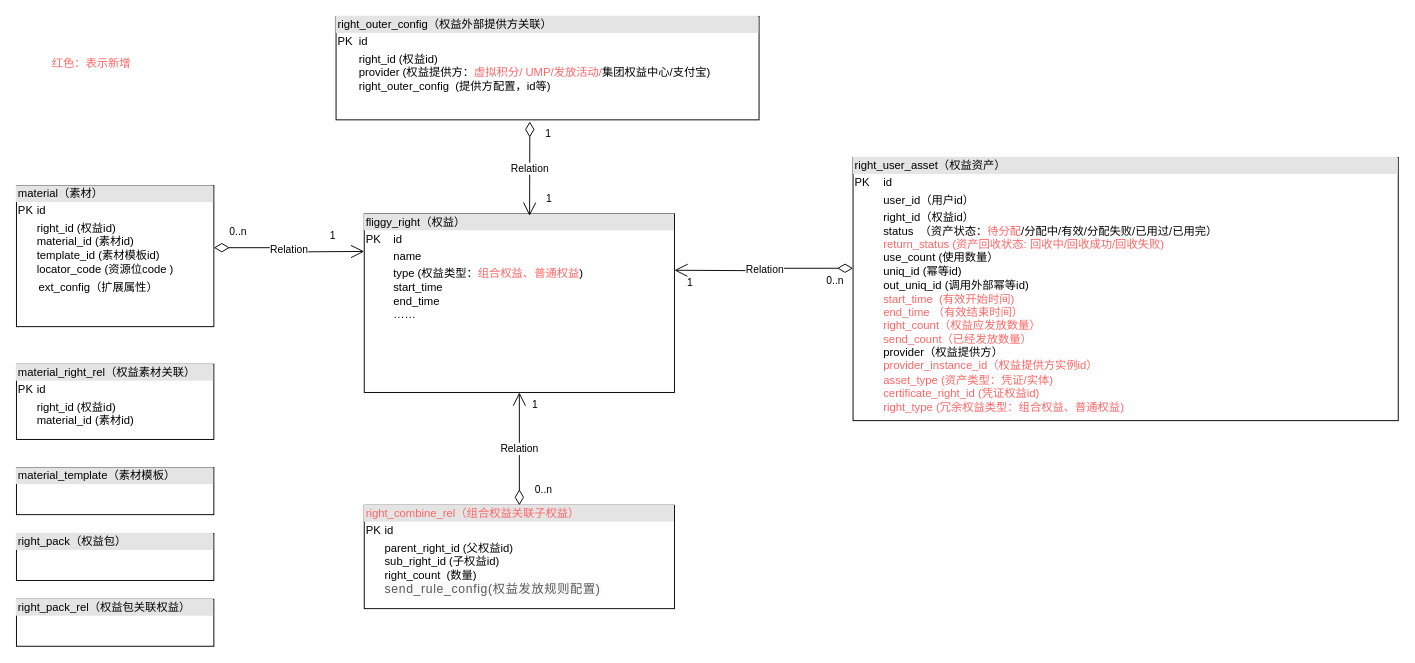
Earlier version of the draw.io diagram page "会员卡ER图" (1 of 4) of 付费权益.drawio (renqiuming/drawio). Source tidied: cells renumbered, new cells numbered last; positions are measured from the earlier drawing's top-left corner, leaving out a move shared by most shapes. Both pictures are drawn from the tidied source at 94%, with x=0, y=0 at pixel (16, 16).
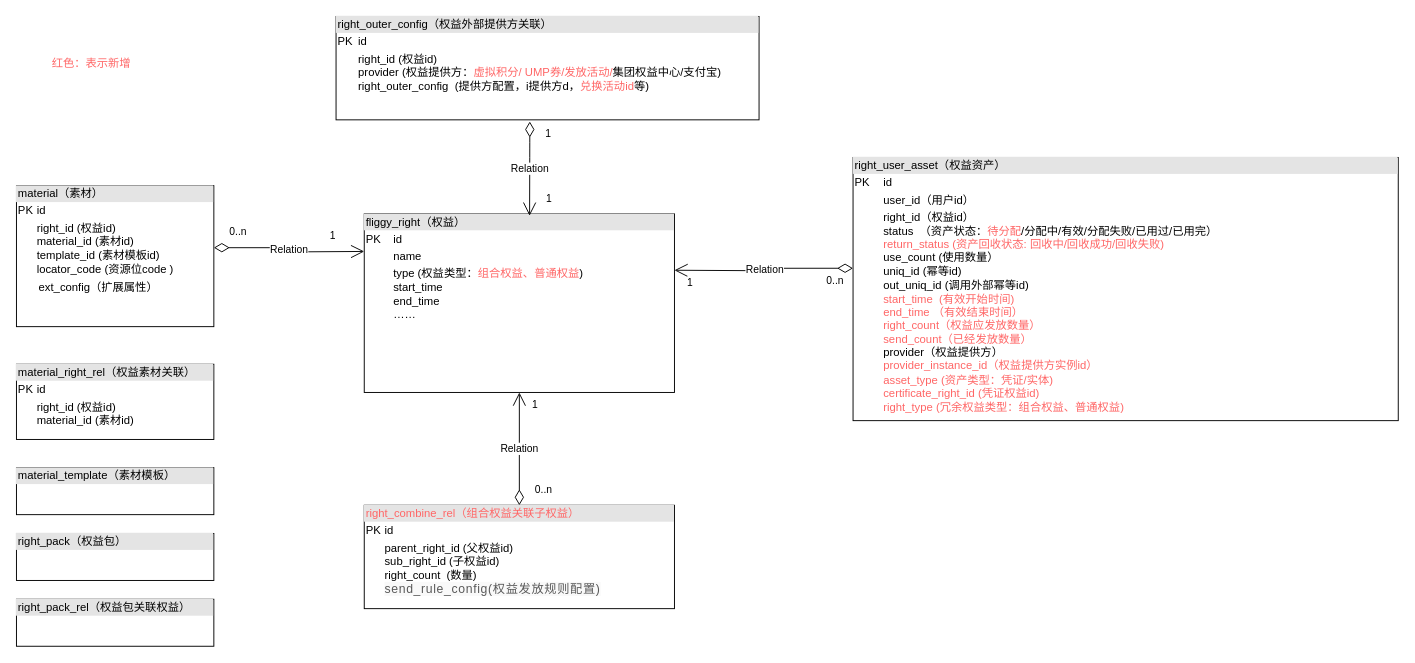
Above is the later version.

Diff of the diagram source:
```diff
@@
-    <mxCell id="13" value="&lt;div style=&quot;box-sizing: border-box ; width: 100% ; background: #e4e4e4 ; padding: 2px&quot;&gt;right_outer_config（权益外部提供方关联）&lt;/div&gt;&lt;table style=&quot;width: 100% ; font-size: 1em&quot; cellpadding=&quot;2&quot; cellspacing=&quot;0&quot;&gt;&lt;tbody&gt;&lt;tr&gt;&lt;td&gt;PK&lt;/td&gt;&lt;td&gt;id&lt;/td&gt;&lt;/tr&gt;&lt;tr&gt;&lt;td&gt;&lt;br&gt;&lt;/td&gt;&lt;td&gt;right_id (权益id)&lt;br&gt;provider&amp;nbsp;(权益提供方：&lt;font color=&quot;#ff6666&quot;&gt;虚拟积分/&amp;nbsp;UMP/发放活动/&lt;/font&gt;集团权益中心/支付宝)&lt;br&gt;right_outer_config&amp;nbsp; (提供方配置，id等)&lt;br&gt;&lt;span style=&quot;color: rgb(89 , 89 , 89) ; font-family: , &amp;#34;consolas&amp;#34; , &amp;#34;liberation mono&amp;#34; , &amp;#34;menlo&amp;#34; , &amp;#34;courier&amp;#34; , monospace ; font-size: 13px ; letter-spacing: 0.7px ; background-color: rgb(249 , 249 , 249)&quot;&gt;&lt;br&gt;&lt;/span&gt;&lt;/td&gt;&lt;/tr&gt;&lt;tr&gt;&lt;td&gt;&lt;/td&gt;&lt;td&gt;&lt;table cellpadding=&quot;2&quot; cellspacing=&quot;0&quot; style=&quot;font-size: 1em ; width: 330px&quot;&gt;&lt;tbody&gt;&lt;tr&gt;&lt;td&gt;&lt;span style=&quot;color: rgb(89 , 89 , 89) ; font-family: , &amp;#34;consolas&amp;#34; , &amp;#34;liberation mono&amp;#34; , &amp;#34;menlo&amp;#34; , &amp;#34;courier&amp;#34; , monospace ; font-size: 13px ; letter-spacing: 0.7px ; background-color: rgb(249 , 249 , 249)&quot;&gt;&lt;br&gt;&lt;br&gt;&lt;/span&gt;&lt;/td&gt;&lt;/tr&gt;&lt;/tbody&gt;&lt;/table&gt;&lt;br&gt;&lt;br&gt;&lt;br&gt;&lt;br&gt;&lt;/td&gt;&lt;/tr&gt;&lt;/tbody&gt;&lt;/table&gt;" style="verticalAlign=top;align=left;overflow=fill;html=1;" parent="1" vertex="1">
+    <mxCell id="13" value="&lt;div style=&quot;box-sizing: border-box ; width: 100% ; background: #e4e4e4 ; padding: 2px&quot;&gt;right_outer_config（权益外部提供方关联）&lt;/div&gt;&lt;table style=&quot;width: 100% ; font-size: 1em&quot; cellpadding=&quot;2&quot; cellspacing=&quot;0&quot;&gt;&lt;tbody&gt;&lt;tr&gt;&lt;td&gt;PK&lt;/td&gt;&lt;td&gt;id&lt;/td&gt;&lt;/tr&gt;&lt;tr&gt;&lt;td&gt;&lt;br&gt;&lt;/td&gt;&lt;td&gt;right_id (权益id)&lt;br&gt;provider&amp;nbsp;(权益提供方：&lt;font color=&quot;#ff6666&quot;&gt;虚拟积分/&amp;nbsp;UMP券/发放活动/&lt;/font&gt;集团权益中心/支付宝)&lt;br&gt;right_outer_config&amp;nbsp; (提供方配置，i提供方d，&lt;font color=&quot;#ff6666&quot;&gt;兑换活动id&lt;/font&gt;等)&lt;br&gt;&lt;span style=&quot;color: rgb(89 , 89 , 89) ; font-family: , &amp;#34;consolas&amp;#34; , &amp;#34;liberation mono&amp;#34; , &amp;#34;menlo&amp;#34; , &amp;#34;courier&amp;#34; , monospace ; font-size: 13px ; letter-spacing: 0.7px ; background-color: rgb(249 , 249 , 249)&quot;&gt;&lt;br&gt;&lt;/span&gt;&lt;/td&gt;&lt;/tr&gt;&lt;tr&gt;&lt;td&gt;&lt;/td&gt;&lt;td&gt;&lt;table cellpadding=&quot;2&quot; cellspacing=&quot;0&quot; style=&quot;font-size: 1em ; width: 330px&quot;&gt;&lt;tbody&gt;&lt;tr&gt;&lt;td&gt;&lt;span style=&quot;color: rgb(89 , 89 , 89) ; font-family: , &amp;#34;consolas&amp;#34; , &amp;#34;liberation mono&amp;#34; , &amp;#34;menlo&amp;#34; , &amp;#34;courier&amp;#34; , monospace ; font-size: 13px ; letter-spacing: 0.7px ; background-color: rgb(249 , 249 , 249)&quot;&gt;&lt;br&gt;&lt;br&gt;&lt;/span&gt;&lt;/td&gt;&lt;/tr&gt;&lt;/tbody&gt;&lt;/table&gt;&lt;br&gt;&lt;br&gt;&lt;br&gt;&lt;br&gt;&lt;/td&gt;&lt;/tr&gt;&lt;/tbody&gt;&lt;/table&gt;" style="verticalAlign=top;align=left;overflow=fill;html=1;" parent="1" vertex="1">
       <mxGeometry x="340" width="450" height="110" as="geometry" />
     </mxCell>
```
